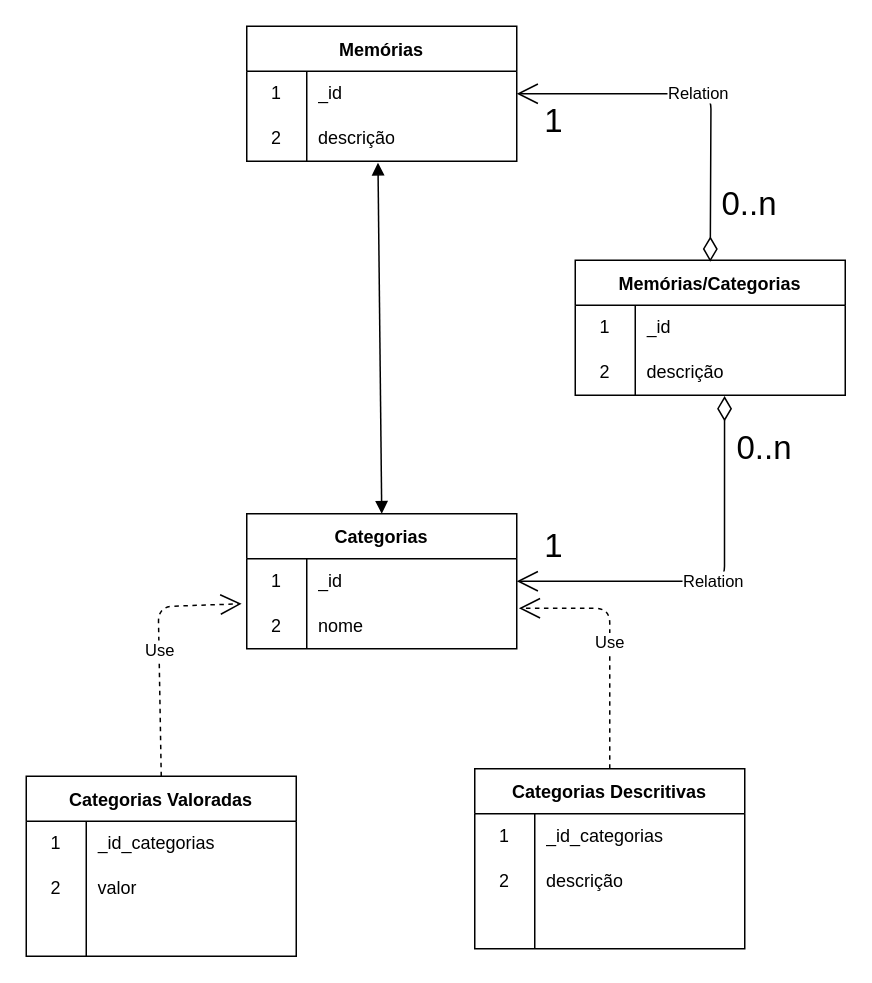
Earlier version of the draw.io diagram docs/diagrama_de_dados_aurora.drawio (marvinho-tn/aurora). Source tidied: cells renumbered, new cells numbered last; positions are measured from the earlier drawing's top-left corner, leaving out a move shared by most shapes. Both pictures are drawn from the tidied source at 150%, with x=0, y=0 at pixel (26, 26).
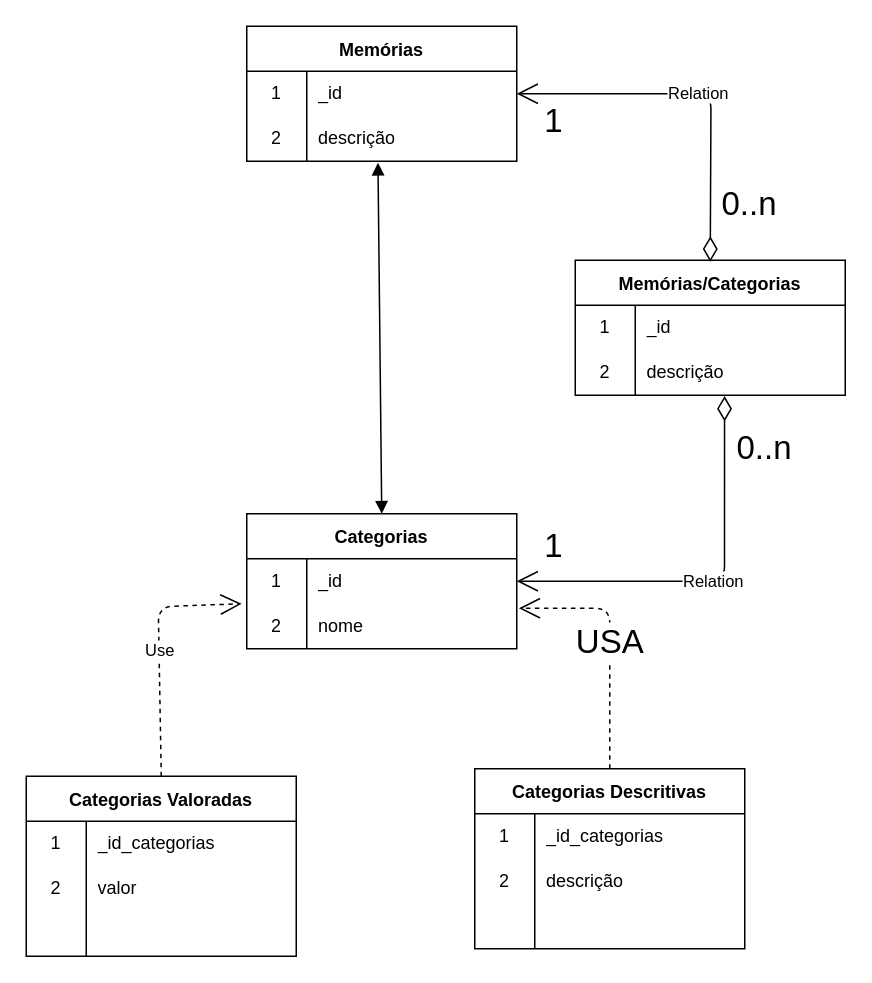
The same diagram, later.

Unchanged cells that the change refers to:
```xml
<mxCell id="9" value="Categorias Descritivas" style="shape=table;startSize=30;childLayout=tableLayout;rowLines=0;fontStyle=1;" parent="1" vertex="1">
  <mxGeometry x="299" y="495" width="180" height="120" as="geometry" />
</mxCell>
<mxCell id="23" style="shape=tableRow;horizontal=0;startSize=0;swimlaneHead=0;swimlaneBody=0;top=0;left=0;bottom=0;right=0;fillColor=none;points=[[0,0.5],[1,0.5]];portConstraint=eastwest;" parent="19" vertex="1">
  <mxGeometry y="60" width="180" height="30" as="geometry" />
</mxCell>
```

Change to the diagram source:
```diff
@@
-    <mxCell id="37" value="Use" style="endArrow=open;endSize=12;dashed=1;html=1;entryX=1.008;entryY=0.1;entryDx=0;entryDy=0;entryPerimeter=0;exitX=0.5;exitY=0;exitDx=0;exitDy=0;" parent="1" edge="1" source="9" target="23">
+    <mxCell id="37" value="&lt;font style=&quot;font-size: 22px;&quot;&gt;USA&lt;/font&gt;" style="endArrow=open;endSize=12;dashed=1;html=1;entryX=1.008;entryY=0.1;entryDx=0;entryDy=0;entryPerimeter=0;exitX=0.5;exitY=0;exitDx=0;exitDy=0;" parent="1" edge="1" source="9" target="23">
       <mxGeometry relative="1" as="geometry">
         <Array as="points">
           <mxPoint x="389" y="388" />
         </Array>
       </mxGeometry>
     </mxCell>
```
